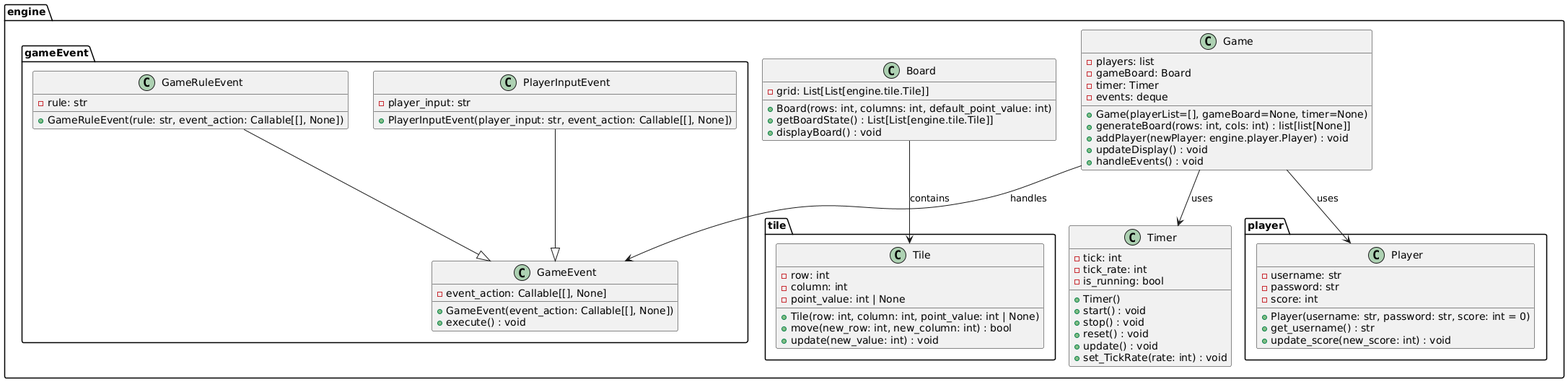
This is uml_diagram.png from aw5353/INF122-Final-Project, a PlantUML export, as it was before one commit. The source it was exported from:
```plantuml
@startuml
package engine.tile {
  class Tile {
    - row: int
    - column: int
    - point_value: int | None
    + Tile(row: int, column: int, point_value: int | None)
    + move(new_row: int, new_column: int) : bool
    + update(new_value: int) : void
  }
}

package engine.player {
  class Player {
    - username: str
    - password: str
    - score: int
    + Player(username: str, password: str, score: int = 0)
    + get_username() : str
    + update_score(new_score: int) : void
  }
}

package engine.gameEvent {
  class GameEvent {
    - event_action: Callable[[], None]
    + GameEvent(event_action: Callable[[], None])
    + execute() : void
  }

  class GameRuleEvent {
    - rule: str
    + GameRuleEvent(rule: str, event_action: Callable[[], None])
  }
  GameRuleEvent --|> GameEvent

  class PlayerInputEvent {
    - player_input: str
    + PlayerInputEvent(player_input: str, event_action: Callable[[], None])
  }
  PlayerInputEvent --|> GameEvent
}

package engine {
  class Timer {
    - tick: int
    - tick_rate: int
    - is_running: bool
    + Timer()
    + start() : void
    + stop() : void
    + reset() : void
    + update() : void
    + set_TickRate(rate: int) : void
  }

  class Board {
    - grid: List[List[engine.tile.Tile]]
    + Board(rows: int, columns: int, default_point_value: int)
    + getBoardState() : List[List[engine.tile.Tile]]
    + displayBoard() : void
  }
  Board --> engine.tile.Tile : contains

  class Game {
    - players: list
    - gameBoard: Board
    - timer: Timer
    - events: deque
    + Game(playerList=[], gameBoard=None, timer=None)
    + generateBoard(rows: int, cols: int) : list[list[None]]
    + addPlayer(newPlayer: engine.player.Player) : void
    + updateDisplay() : void
    + handleEvents() : void
  }
  Game --> engine.player.Player : uses
  Game --> engine.gameEvent.GameEvent : handles
  Game --> Timer : uses
}
@enduml
```
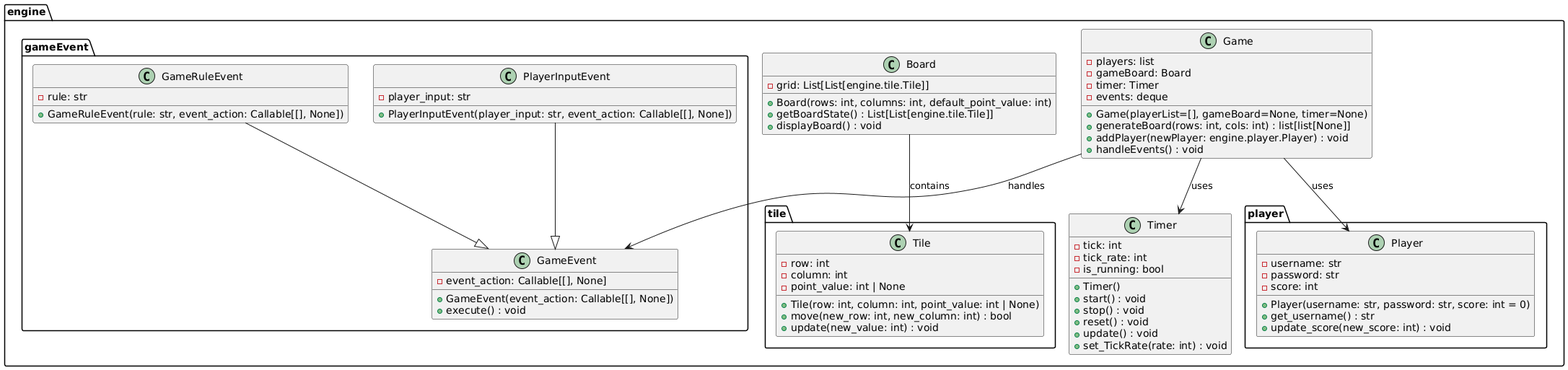
The same file after the commit.

The edit, as a diff of the source:
```diff
@@ -70,7 +70,6 @@
     + Game(playerList=[], gameBoard=None, timer=None)
     + generateBoard(rows: int, cols: int) : list[list[None]]
     + addPlayer(newPlayer: engine.player.Player) : void
-    + updateDisplay() : void
     + handleEvents() : void
   }
   Game --> engine.player.Player : uses
```
